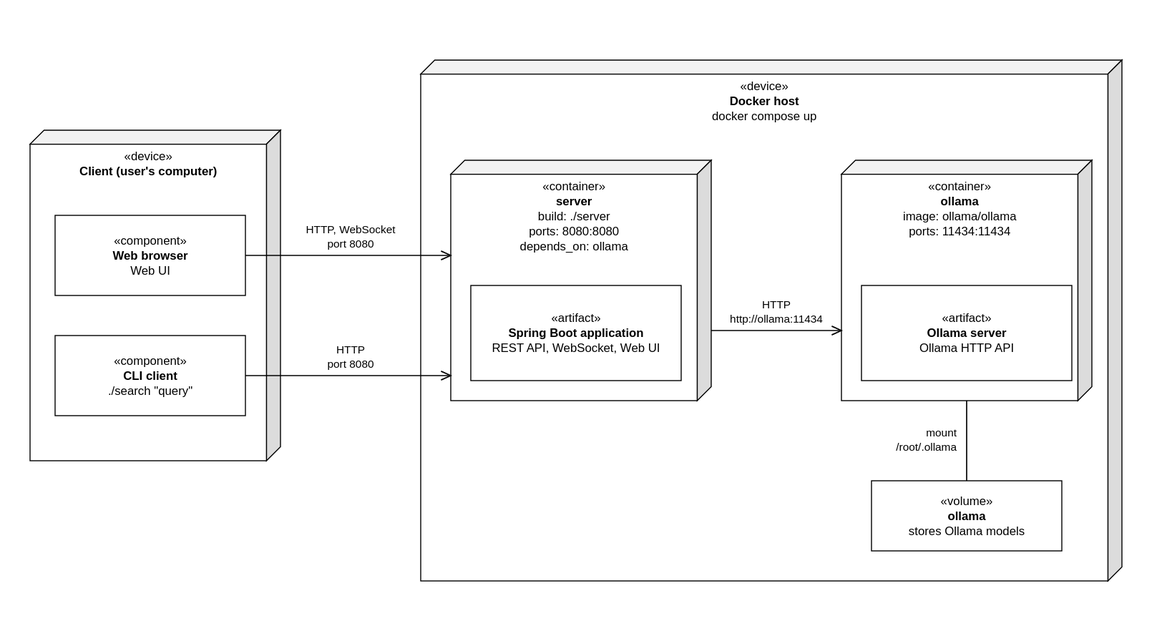
This is docs/uml/deployment.drawio.svg from setrios/parallel-inverted-index-search-llm, a draw.io export, as it was before one commit. Source tidied: cells renumbered, new cells last; positions are measured from the earlier drawing's top-left corner, leaving out a move shared by most shapes.
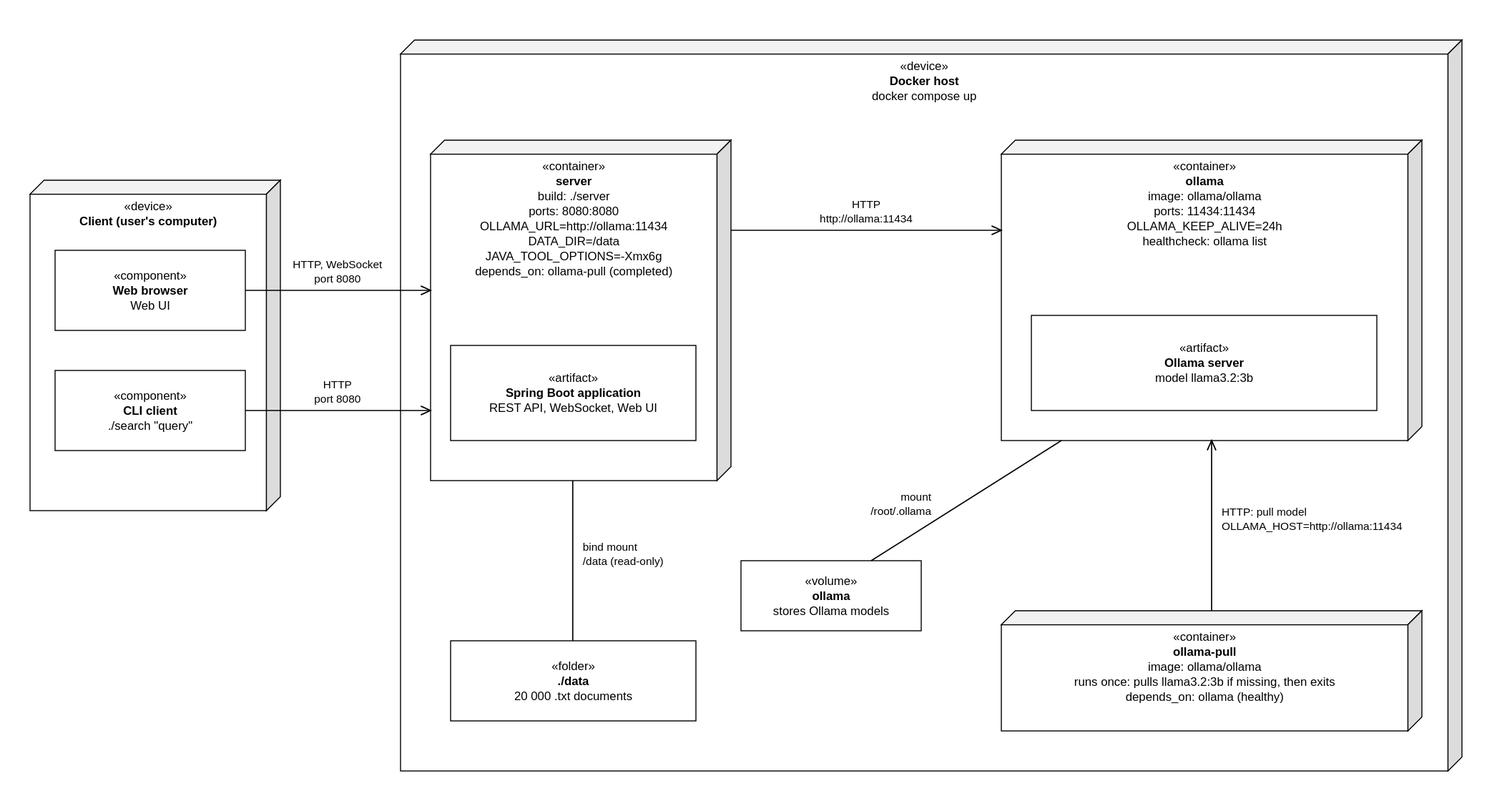
The same file after the commit.

Diff of the diagram source:
```diff
@@ -3,67 +3,91 @@
     <mxCell id="0" />
     <mxCell id="1" parent="0" />
     <mxCell id="2" value="«device»&lt;br&gt;&lt;b&gt;Client (user&amp;#x27;s computer)&lt;/b&gt;" style="shape=cube;whiteSpace=wrap;html=1;boundedLbl=1;backgroundOutline=1;darkOpacity=0.05;darkOpacity2=0.1;size=14;verticalAlign=top;align=center;spacingTop=4;" parent="1" vertex="1">
-      <mxGeometry y="70" width="250" height="330" as="geometry" />
+      <mxGeometry y="120" width="250" height="330" as="geometry" />
     </mxCell>
     <mxCell id="3" value="«component»&lt;br&gt;&lt;b&gt;Web browser&lt;/b&gt;&lt;br&gt;Web UI" style="html=1;whiteSpace=wrap;align=center;verticalAlign=middle;fillColor=#ffffff;strokeColor=#000000;" parent="2" vertex="1">
-      <mxGeometry x="25" y="85" width="190" height="80" as="geometry" />
+      <mxGeometry x="25" y="70" width="190" height="80" as="geometry" />
     </mxCell>
     <mxCell id="4" value="«component»&lt;br&gt;&lt;b&gt;CLI client&lt;/b&gt;&lt;br&gt;./search &amp;quot;query&amp;quot;" style="html=1;whiteSpace=wrap;align=center;verticalAlign=middle;fillColor=#ffffff;strokeColor=#000000;" parent="2" vertex="1">
-      <mxGeometry x="25" y="205" width="190" height="80" as="geometry" />
+      <mxGeometry x="25" y="190" width="190" height="80" as="geometry" />
     </mxCell>
     <mxCell id="5" value="«device»&lt;br&gt;&lt;b&gt;Docker host&lt;/b&gt;&lt;br&gt;docker compose up" style="shape=cube;whiteSpace=wrap;html=1;boundedLbl=1;backgroundOutline=1;darkOpacity=0.05;darkOpacity2=0.1;size=14;verticalAlign=top;align=center;spacingTop=4;" parent="1" vertex="1">
-      <mxGeometry x="390" width="700" height="520" as="geometry" />
+      <mxGeometry x="370" y="-20" width="1060" height="730" as="geometry" />
     </mxCell>
-    <mxCell id="6" value="«container»&lt;br&gt;&lt;b&gt;server&lt;/b&gt;&lt;br&gt;build: ./server&lt;br&gt;ports: 8080:8080&lt;br&gt;depends_on: ollama" style="shape=cube;whiteSpace=wrap;html=1;boundedLbl=1;backgroundOutline=1;darkOpacity=0.05;darkOpacity2=0.1;size=14;verticalAlign=top;align=center;spacingTop=4;" parent="5" vertex="1">
-      <mxGeometry x="30" y="100" width="260" height="240" as="geometry" />
+    <mxCell id="6" value="«container»&lt;br&gt;&lt;b&gt;server&lt;/b&gt;&lt;br&gt;build: ./server&lt;br&gt;ports: 8080:8080&lt;br&gt;OLLAMA_URL=http://ollama:11434&lt;br&gt;DATA_DIR=/data&lt;br&gt;JAVA_TOOL_OPTIONS=-Xmx6g&lt;br&gt;depends_on: ollama-pull (completed)" style="shape=cube;whiteSpace=wrap;html=1;boundedLbl=1;backgroundOutline=1;darkOpacity=0.05;darkOpacity2=0.1;size=14;verticalAlign=top;align=center;spacingTop=4;" parent="5" vertex="1">
+      <mxGeometry x="30" y="100" width="300" height="340" as="geometry" />
     </mxCell>
     <mxCell id="7" value="«artifact»&lt;br&gt;&lt;b&gt;Spring Boot application&lt;/b&gt;&lt;br&gt;REST API, WebSocket, Web UI" style="html=1;whiteSpace=wrap;align=center;verticalAlign=middle;fillColor=#ffffff;strokeColor=#000000;" parent="6" vertex="1">
-      <mxGeometry x="20" y="125" width="210" height="95" as="geometry" />
+      <mxGeometry x="20" y="205" width="245" height="95" as="geometry" />
     </mxCell>
-    <mxCell id="8" value="«container»&lt;br&gt;&lt;b&gt;ollama&lt;/b&gt;&lt;br&gt;image: ollama/ollama&lt;br&gt;ports: 11434:11434" style="shape=cube;whiteSpace=wrap;html=1;boundedLbl=1;backgroundOutline=1;darkOpacity=0.05;darkOpacity2=0.1;size=14;verticalAlign=top;align=center;spacingTop=4;" parent="5" vertex="1">
-      <mxGeometry x="420" y="100" width="250" height="240" as="geometry" />
+    <mxCell id="8" value="«container»&lt;br&gt;&lt;b&gt;ollama&lt;/b&gt;&lt;br&gt;image: ollama/ollama&lt;br&gt;ports: 11434:11434&lt;br&gt;OLLAMA_KEEP_ALIVE=24h&lt;br&gt;healthcheck: ollama list" style="shape=cube;whiteSpace=wrap;html=1;boundedLbl=1;backgroundOutline=1;darkOpacity=0.05;darkOpacity2=0.1;size=14;verticalAlign=top;align=center;spacingTop=4;" parent="5" vertex="1">
+      <mxGeometry x="600" y="100" width="420" height="300" as="geometry" />
     </mxCell>
-    <mxCell id="9" value="«artifact»&lt;br&gt;&lt;b&gt;Ollama server&lt;/b&gt;&lt;br&gt;Ollama HTTP API" style="html=1;whiteSpace=wrap;align=center;verticalAlign=middle;fillColor=#ffffff;strokeColor=#000000;" parent="8" vertex="1">
-      <mxGeometry x="20" y="125" width="210" height="95" as="geometry" />
+    <mxCell id="9" value="«artifact»&lt;br&gt;&lt;b&gt;Ollama server&lt;/b&gt;&lt;br&gt;model llama3.2:3b" style="html=1;whiteSpace=wrap;align=center;verticalAlign=middle;fillColor=#ffffff;strokeColor=#000000;" parent="8" vertex="1">
+      <mxGeometry x="30" y="175" width="345" height="95" as="geometry" />
     </mxCell>
+    <mxCell id="19" value="«container»&lt;br&gt;&lt;b&gt;ollama-pull&lt;/b&gt;&lt;br&gt;image: ollama/ollama&lt;br&gt;runs once: pulls llama3.2:3b if missing, then exits&lt;br&gt;depends_on: ollama (healthy)" style="shape=cube;whiteSpace=wrap;html=1;boundedLbl=1;backgroundOutline=1;darkOpacity=0.05;darkOpacity2=0.1;size=14;verticalAlign=top;align=center;spacingTop=4;" parent="5" vertex="1">
+      <mxGeometry x="600" y="570" width="420" height="120" as="geometry" />
+    </mxCell>
     <mxCell id="10" value="«volume»&lt;br&gt;&lt;b&gt;ollama&lt;/b&gt;&lt;br&gt;stores Ollama models" style="html=1;whiteSpace=wrap;align=center;verticalAlign=middle;fillColor=#ffffff;strokeColor=#000000;" parent="5" vertex="1">
-      <mxGeometry x="450" y="420" width="190" height="70" as="geometry" />
+      <mxGeometry x="340" y="520" width="180" height="70" as="geometry" />
     </mxCell>
+    <mxCell id="20" value="«folder»&lt;br&gt;&lt;b&gt;./data&lt;/b&gt;&lt;br&gt;20 000 .txt documents" style="html=1;whiteSpace=wrap;align=center;verticalAlign=middle;fillColor=#ffffff;strokeColor=#000000;" parent="5" vertex="1">
+      <mxGeometry x="50" y="600" width="245" height="80" as="geometry" />
+    </mxCell>
     <mxCell id="11" style="html=1;edgeStyle=none;endArrow=open;endFill=0;" parent="1" edge="1">
       <mxGeometry relative="1" as="geometry">
-        <mxPoint x="215" y="195" as="sourcePoint" />
-        <mxPoint x="420" y="195" as="targetPoint" />
+        <mxPoint x="215" y="230" as="sourcePoint" />
+        <mxPoint x="400" y="230" as="targetPoint" />
       </mxGeometry>
     </mxCell>
     <mxCell id="12" value="HTTP, WebSocket&lt;br&gt;port 8080" style="text;html=1;fontSize=11;align=center;verticalAlign=middle;" parent="1" vertex="1">
-      <mxGeometry x="265" y="161" width="110" height="30" as="geometry" />
+      <mxGeometry x="252" y="196" width="109" height="30" as="geometry" />
     </mxCell>
     <mxCell id="13" style="html=1;edgeStyle=none;endArrow=open;endFill=0;" parent="1" edge="1">
       <mxGeometry relative="1" as="geometry">
-        <mxPoint x="215" y="315" as="sourcePoint" />
-        <mxPoint x="420" y="315" as="targetPoint" />
+        <mxPoint x="215" y="350" as="sourcePoint" />
+        <mxPoint x="400" y="350" as="targetPoint" />
       </mxGeometry>
     </mxCell>
     <mxCell id="14" value="HTTP&lt;br&gt;port 8080" style="text;html=1;fontSize=11;align=center;verticalAlign=middle;" parent="1" vertex="1">
-      <mxGeometry x="265" y="281" width="110" height="30" as="geometry" />
+      <mxGeometry x="272" y="316" width="70" height="30" as="geometry" />
     </mxCell>
     <mxCell id="15" style="html=1;edgeStyle=none;endArrow=open;endFill=0;" parent="1" edge="1">
       <mxGeometry relative="1" as="geometry">
-        <mxPoint x="680" y="270" as="sourcePoint" />
-        <mxPoint x="810" y="270" as="targetPoint" />
+        <mxPoint x="700" y="170" as="sourcePoint" />
+        <mxPoint x="970" y="170" as="targetPoint" />
       </mxGeometry>
     </mxCell>
     <mxCell id="16" value="HTTP&lt;br&gt;http://ollama:11434" style="text;html=1;fontSize=11;align=center;verticalAlign=middle;" parent="1" vertex="1">
-      <mxGeometry x="682" y="236" width="126" height="30" as="geometry" />
+      <mxGeometry x="768" y="136" width="135" height="30" as="geometry" />
     </mxCell>
     <mxCell id="17" style="html=1;edgeStyle=none;endArrow=none;" parent="1" edge="1">
       <mxGeometry relative="1" as="geometry">
-        <mxPoint x="935" y="340" as="sourcePoint" />
-        <mxPoint x="935" y="420" as="targetPoint" />
+        <mxPoint x="1030" y="380" as="sourcePoint" />
+        <mxPoint x="840" y="500" as="targetPoint" />
       </mxGeometry>
     </mxCell>
     <mxCell id="18" value="mount&lt;br&gt;/root/.ollama" style="text;html=1;fontSize=11;align=right;verticalAlign=middle;" parent="1" vertex="1">
-      <mxGeometry x="805" y="364" width="120" height="30" as="geometry" />
+      <mxGeometry x="804" y="428" width="96" height="30" as="geometry" />
     </mxCell>
+    <mxCell id="21" style="html=1;edgeStyle=none;endArrow=open;endFill=0;" parent="1" edge="1">
+      <mxGeometry relative="1" as="geometry">
+        <mxPoint x="1180" y="550" as="sourcePoint" />
+        <mxPoint x="1180" y="380" as="targetPoint" />
+      </mxGeometry>
+    </mxCell>
+    <mxCell id="22" value="HTTP: pull model&lt;br&gt;OLLAMA_HOST=http://ollama:11434" style="text;html=1;fontSize=11;align=left;verticalAlign=middle;" parent="1" vertex="1">
+      <mxGeometry x="1190" y="443" width="213" height="30" as="geometry" />
+    </mxCell>
+    <mxCell id="23" style="html=1;edgeStyle=none;endArrow=none;" parent="1" edge="1">
+      <mxGeometry relative="1" as="geometry">
+        <mxPoint x="542" y="420" as="sourcePoint" />
+        <mxPoint x="542" y="580" as="targetPoint" />
+      </mxGeometry>
+    </mxCell>
+    <mxCell id="24" value="bind mount&lt;br&gt;/data (read-only)" style="text;html=1;fontSize=11;align=left;verticalAlign=middle;" parent="1" vertex="1">
+      <mxGeometry x="552" y="478" width="122" height="30" as="geometry" />
+    </mxCell>
   </root>
 </mxGraphModel>
```
